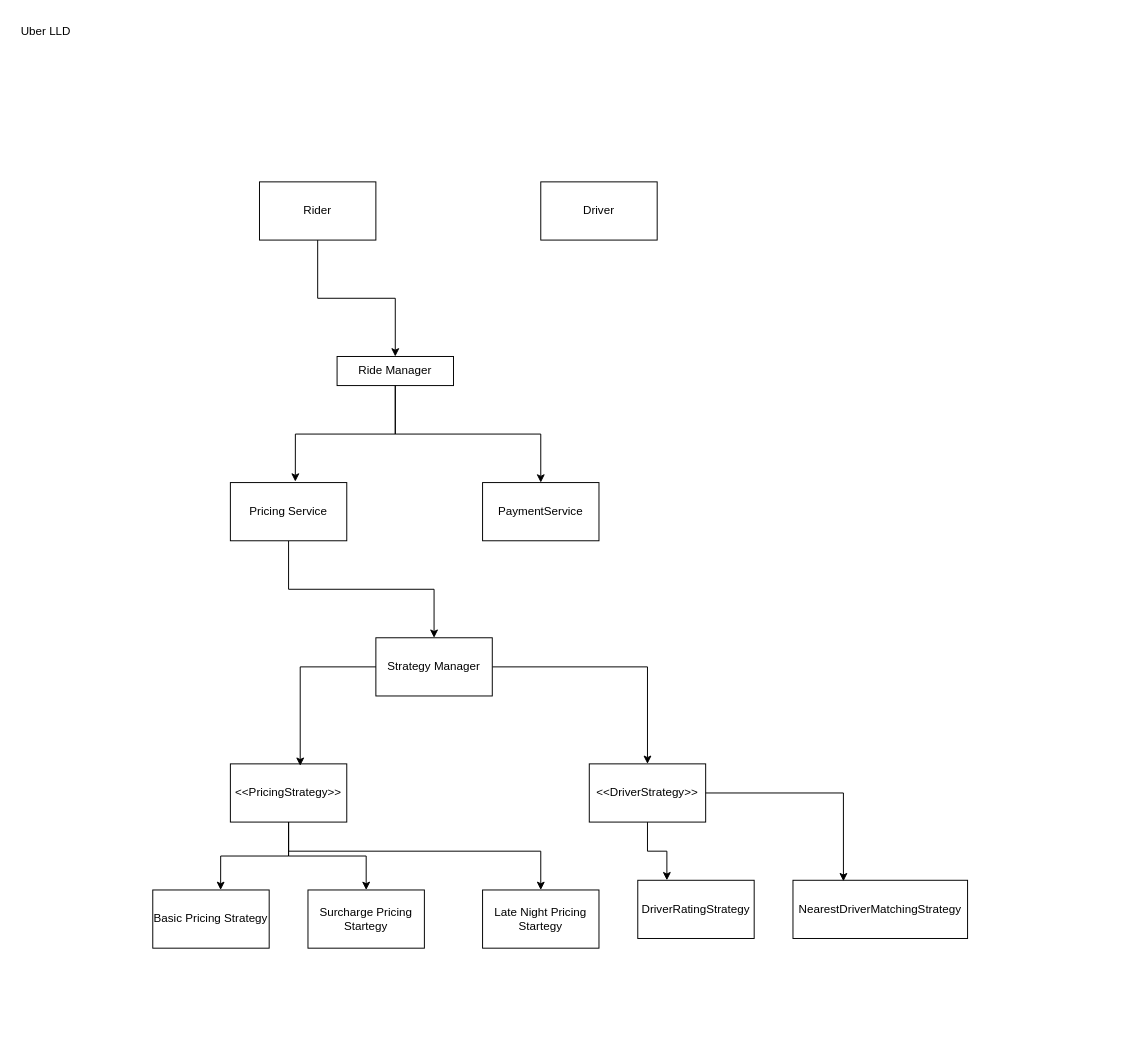
Before: page "User Class Diagram" (1 of 2) of Untitled Diagram.drawio in anasali7898/er_diagrams, a draw.io diagram. Source tidied: cells renumbered, new cells numbered last; positions are measured from the earlier drawing's top-left corner, leaving out a move shared by most shapes. Both pictures are drawn from the tidied source at 97%, with x=0, y=0 at pixel (16, 16).
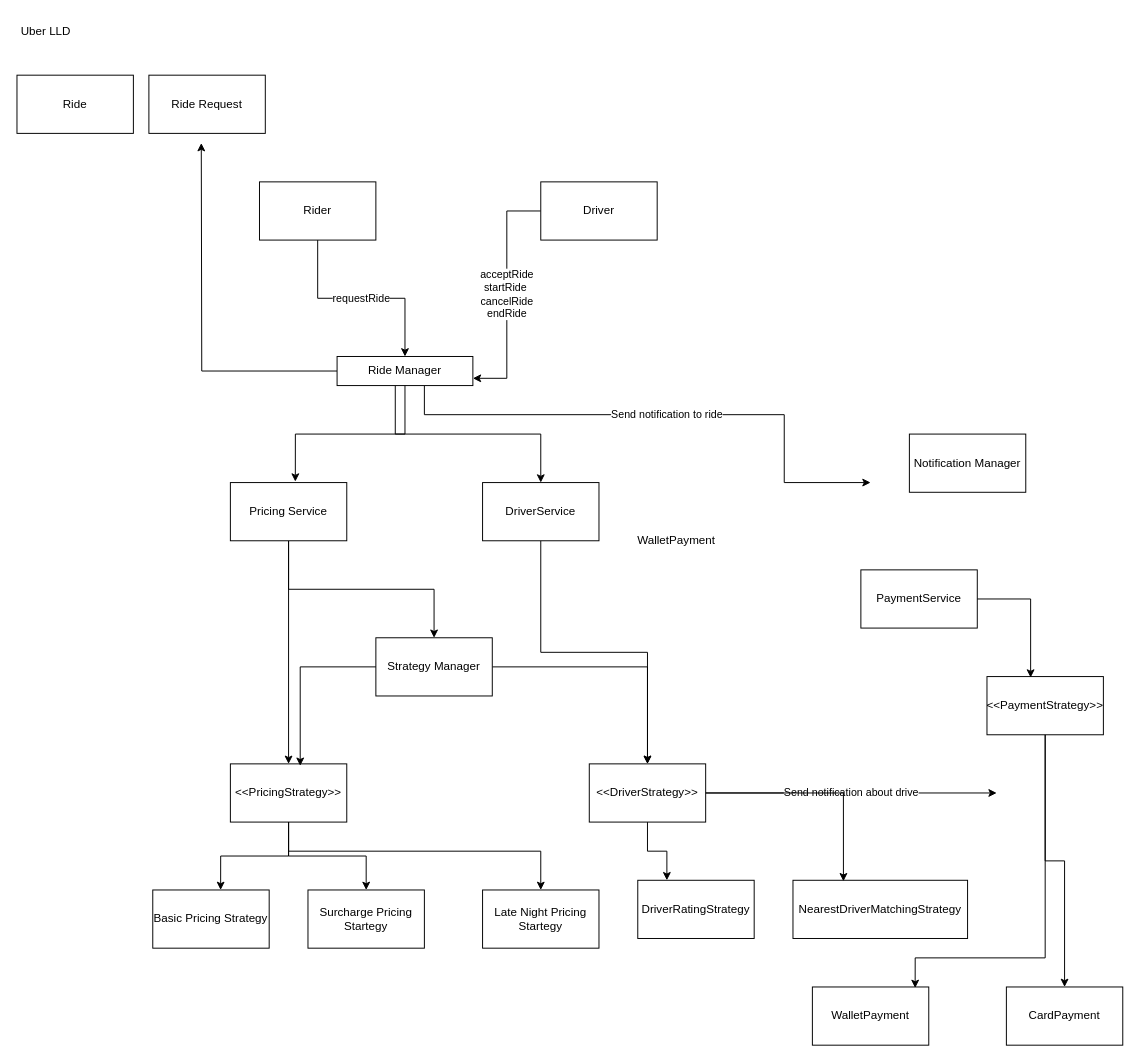
The same diagram, later.

Unchanged cells that the change refers to:
```xml
<mxCell id="4" value="Rider" style="rounded=0;whiteSpace=wrap;html=1;" parent="1" vertex="1">
  <mxGeometry x="250" y="170" width="120" height="60" as="geometry" />
</mxCell>
<mxCell id="5" value="Driver" style="rounded=0;whiteSpace=wrap;html=1;" parent="1" vertex="1">
  <mxGeometry x="540" y="170" width="120" height="60" as="geometry" />
</mxCell>
<mxCell id="9" value="Pricing Service" style="rounded=0;whiteSpace=wrap;html=1;" parent="1" vertex="1">
  <mxGeometry x="220" y="480" width="120" height="60" as="geometry" />
</mxCell>
<mxCell id="12" value="Strategy Manager" style="rounded=0;whiteSpace=wrap;html=1;" parent="1" vertex="1">
  <mxGeometry x="370" y="640" width="120" height="60" as="geometry" />
</mxCell>
<mxCell id="15" value="&amp;lt;&amp;lt;PricingStrategy&amp;gt;&amp;gt;" style="rounded=0;whiteSpace=wrap;html=1;" parent="1" vertex="1">
  <mxGeometry x="220" y="770" width="120" height="60" as="geometry" />
</mxCell>
<mxCell id="16" value="Late Night Pricing Startegy" style="rounded=0;whiteSpace=wrap;html=1;" parent="1" vertex="1">
  <mxGeometry x="480" y="900" width="120" height="60" as="geometry" />
</mxCell>
<mxCell id="17" value="Surcharge Pricing Startegy" style="rounded=0;whiteSpace=wrap;html=1;" parent="1" vertex="1">
  <mxGeometry x="300" y="900" width="120" height="60" as="geometry" />
</mxCell>
<mxCell id="18" value="Basic Pricing Strategy" style="rounded=0;whiteSpace=wrap;html=1;" parent="1" vertex="1">
  <mxGeometry x="140" y="900" width="120" height="60" as="geometry" />
</mxCell>
<mxCell id="23" value="&amp;lt;&amp;lt;DriverStrategy&amp;gt;&amp;gt;" style="rounded=0;whiteSpace=wrap;html=1;" parent="1" vertex="1">
  <mxGeometry x="590" y="770" width="120" height="60" as="geometry" />
</mxCell>
```

The edit, as a diff of the source:
```diff
@@
-<mxGraphModel>
+<mxGraphModel background="#FFFFFF">
@@
-    <mxCell id="3" style="edgeStyle=orthogonalEdgeStyle;rounded=0;jettySize=auto;html=1;exitX=0.5;exitY=1;exitDx=0;exitDy=0;entryX=0.5;entryY=0;entryDx=0;entryDy=0;" parent="1" edge="1" source="4" target="7">
+    <mxCell id="3" value="requestRide" style="edgeStyle=orthogonalEdgeStyle;rounded=0;jettySize=auto;html=1;exitX=0.5;exitY=1;exitDx=0;exitDy=0;entryX=0.5;entryY=0;entryDx=0;entryDy=0;" parent="1" edge="1" source="4" target="7">
       <mxGeometry relative="1" as="geometry" />
     </mxCell>
@@
+    <mxCell id="27" value="acceptRide&lt;div&gt;startRide&amp;nbsp;&lt;/div&gt;&lt;div&gt;cancelRide&lt;/div&gt;&lt;div&gt;endRide&lt;/div&gt;" style="edgeStyle=orthogonalEdgeStyle;rounded=0;jettySize=auto;html=1;entryX=1;entryY=0.75;entryDx=0;entryDy=0;" parent="1" edge="1" source="5" target="7">
+      <mxGeometry relative="1" as="geometry" />
+    </mxCell>
@@
+    <mxCell id="28" style="edgeStyle=orthogonalEdgeStyle;rounded=0;jettySize=auto;html=1;" parent="1" edge="1" source="7">
+      <mxGeometry relative="1" as="geometry">
+        <mxPoint x="190" y="130" as="targetPoint" />
+      </mxGeometry>
+    </mxCell>
+    <mxCell id="29" value="Send notification to ride" style="edgeStyle=orthogonalEdgeStyle;rounded=0;orthogonalLoop=1;jettySize=auto;html=1;" parent="1" edge="1">
+      <mxGeometry relative="1" as="geometry">
+        <mxPoint x="420" y="380" as="sourcePoint" />
+        <mxPoint x="880" y="480" as="targetPoint" />
+        <Array as="points">
+          <mxPoint x="420" y="410" />
+          <mxPoint x="791" y="410" />
+        </Array>
+      </mxGeometry>
+    </mxCell>
+    <mxCell id="30" style="edgeStyle=orthogonalEdgeStyle;rounded=0;jettySize=auto;html=1;entryX=0.5;entryY=0;entryDx=0;entryDy=0;" parent="1" edge="1" source="9" target="15">
+      <mxGeometry relative="1" as="geometry" />
+    </mxCell>
+    <mxCell id="8" style="edgeStyle=orthogonalEdgeStyle;rounded=0;jettySize=auto;html=1;entryX=0.5;entryY=0;entryDx=0;entryDy=0;" parent="1" edge="1" source="9" target="12">
+      <mxGeometry relative="1" as="geometry">
+        <Array as="points">
+          <mxPoint x="280" y="590" />
+          <mxPoint x="430" y="590" />
+        </Array>
+      </mxGeometry>
+    </mxCell>
     <mxCell id="7" value="Ride Manager" style="rounded=0;whiteSpace=wrap;html=1;" parent="1" vertex="1">
-      <mxGeometry x="330" y="350" width="120" height="30" as="geometry" />
+      <mxGeometry x="330" y="350" width="140" height="30" as="geometry" />
     </mxCell>
-    <mxCell id="8" style="edgeStyle=orthogonalEdgeStyle;rounded=0;jettySize=auto;html=1;entryX=0.5;entryY=0;entryDx=0;entryDy=0;" parent="1" edge="1" source="9" target="12">
-      <mxGeometry relative="1" as="geometry">
-        <Array as="points">
-          <mxPoint x="280" y="590" />
-          <mxPoint x="430" y="590" />
-        </Array>
-      </mxGeometry>
-    </mxCell>
@@
+    <mxCell id="13" style="edgeStyle=orthogonalEdgeStyle;rounded=0;jettySize=auto;html=1;" parent="1" edge="1" source="15" target="17">
+      <mxGeometry relative="1" as="geometry" />
+    </mxCell>
@@
+    <mxCell id="14" style="edgeStyle=orthogonalEdgeStyle;rounded=0;jettySize=auto;html=1;entryX=0.5;entryY=0;entryDx=0;entryDy=0;" parent="1" edge="1" source="15" target="16">
+      <mxGeometry relative="1" as="geometry">
+        <Array as="points">
+          <mxPoint x="280" y="860" />
+          <mxPoint x="540" y="860" />
+        </Array>
+      </mxGeometry>
+    </mxCell>
@@
-    <mxCell id="13" style="edgeStyle=orthogonalEdgeStyle;rounded=0;jettySize=auto;html=1;" parent="1" edge="1" source="15" target="17">
-      <mxGeometry relative="1" as="geometry" />
-    </mxCell>
-    <mxCell id="14" style="edgeStyle=orthogonalEdgeStyle;rounded=0;jettySize=auto;html=1;entryX=0.5;entryY=0;entryDx=0;entryDy=0;" parent="1" edge="1" source="15" target="16">
-      <mxGeometry relative="1" as="geometry">
-        <Array as="points">
-          <mxPoint x="280" y="860" />
-          <mxPoint x="540" y="860" />
-        </Array>
-      </mxGeometry>
-    </mxCell>
@@
+    <mxCell id="20" style="edgeStyle=orthogonalEdgeStyle;rounded=0;jettySize=auto;html=1;exitX=0.5;exitY=1;exitDx=0;exitDy=0;entryX=0.583;entryY=0;entryDx=0;entryDy=0;entryPerimeter=0;" parent="1" edge="1" source="15" target="18">
+      <mxGeometry relative="1" as="geometry" />
+    </mxCell>
@@
-    <mxCell id="20" style="edgeStyle=orthogonalEdgeStyle;rounded=0;jettySize=auto;html=1;exitX=0.5;exitY=1;exitDx=0;exitDy=0;entryX=0.583;entryY=0;entryDx=0;entryDy=0;entryPerimeter=0;" parent="1" edge="1" source="15" target="18">
-      <mxGeometry relative="1" as="geometry" />
-    </mxCell>
+    <mxCell id="31" style="edgeStyle=orthogonalEdgeStyle;rounded=0;jettySize=auto;html=1;exitX=0.5;exitY=1;exitDx=0;exitDy=0;" parent="1" edge="1" source="21" target="23">
+      <mxGeometry relative="1" as="geometry" />
+    </mxCell>
-    <mxCell id="21" value="PaymentService" style="rounded=0;whiteSpace=wrap;html=1;" parent="1" vertex="1">
+    <mxCell id="21" value="DriverService" style="rounded=0;whiteSpace=wrap;html=1;" parent="1" vertex="1">
       <mxGeometry x="480" y="480" width="120" height="60" as="geometry" />
     </mxCell>
@@
+    <mxCell id="32" value="Send notification about drive" style="edgeStyle=orthogonalEdgeStyle;rounded=0;jettySize=auto;html=1;" parent="1" edge="1" source="23">
+      <mxGeometry relative="1" as="geometry">
+        <mxPoint x="1010" y="800" as="targetPoint" />
+      </mxGeometry>
+    </mxCell>
@@
+    <mxCell id="33" value="Ride Request" style="rounded=0;whiteSpace=wrap;html=1;" parent="1" vertex="1">
+      <mxGeometry x="136" y="60" width="120" height="60" as="geometry" />
+    </mxCell>
+    <mxCell id="34" value="Ride" style="rounded=0;whiteSpace=wrap;html=1;" parent="1" vertex="1">
+      <mxGeometry y="60" width="120" height="60" as="geometry" />
+    </mxCell>
+    <mxCell id="35" value="Notification Manager" style="rounded=0;whiteSpace=wrap;html=1;" parent="1" vertex="1">
+      <mxGeometry x="920" y="430" width="120" height="60" as="geometry" />
+    </mxCell>
+    <mxCell id="36" value="PaymentService" style="rounded=0;whiteSpace=wrap;html=1;" parent="1" vertex="1">
+      <mxGeometry x="870" y="570" width="120" height="60" as="geometry" />
+    </mxCell>
+    <mxCell id="37" value="WalletPayment" style="rounded=0;whiteSpace=wrap;html=1;" parent="1" vertex="1">
+      <mxGeometry x="820" y="1000" width="120" height="60" as="geometry" />
+    </mxCell>
+    <mxCell id="38" value="CardPayment" style="rounded=0;whiteSpace=wrap;html=1;" parent="1" vertex="1">
+      <mxGeometry x="1020" y="1000" width="120" height="60" as="geometry" />
+    </mxCell>
+    <mxCell id="39" style="edgeStyle=orthogonalEdgeStyle;rounded=0;jettySize=auto;html=1;" parent="1" edge="1" source="40" target="38">
+      <mxGeometry relative="1" as="geometry" />
+    </mxCell>
+    <mxCell id="40" value="&amp;lt;&amp;lt;PaymentStrategy&amp;gt;&amp;gt;" style="rounded=0;whiteSpace=wrap;html=1;" parent="1" vertex="1">
+      <mxGeometry x="1000" y="680" width="120" height="60" as="geometry" />
+    </mxCell>
+    <mxCell id="41" value="WalletPayment" style="text;strokeColor=none;align=center;fillColor=none;html=1;verticalAlign=middle;whiteSpace=wrap;rounded=0;" parent="1" vertex="1">
+      <mxGeometry x="650" y="525" width="60" height="30" as="geometry" />
+    </mxCell>
+    <mxCell id="42" style="edgeStyle=orthogonalEdgeStyle;rounded=0;jettySize=auto;html=1;entryX=0.883;entryY=0.017;entryDx=0;entryDy=0;entryPerimeter=0;" parent="1" edge="1" source="40" target="37">
+      <mxGeometry relative="1" as="geometry">
+        <Array as="points">
+          <mxPoint x="1060" y="970" />
+          <mxPoint x="926" y="970" />
+        </Array>
+      </mxGeometry>
+    </mxCell>
+    <mxCell id="43" style="edgeStyle=orthogonalEdgeStyle;rounded=0;jettySize=auto;html=1;entryX=0.375;entryY=0.017;entryDx=0;entryDy=0;entryPerimeter=0;" parent="1" edge="1" source="36" target="40">
+      <mxGeometry relative="1" as="geometry" />
+    </mxCell>
```
